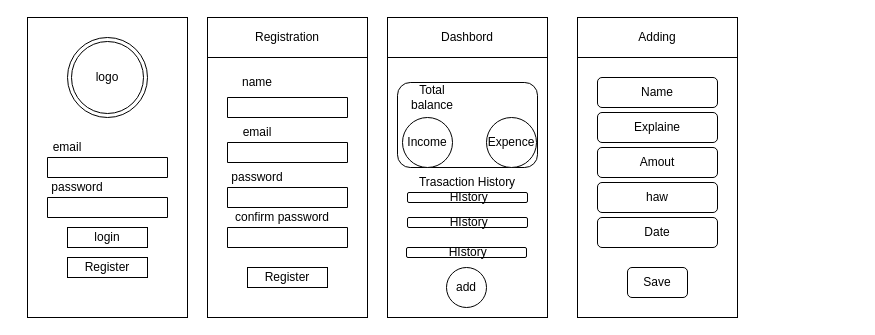
This is Untitled Diagram.drawio from XpertBotTeam/ExpenseTracking-and-Budgeting-App, a draw.io file, before an edit. Source tidied: cells renumbered, new cells numbered last; positions are measured from the earlier drawing's top-left corner, leaving out a move shared by most shapes. Both pictures are drawn from the tidied source at 100%, with x=0, y=0 at pixel (27, 17).
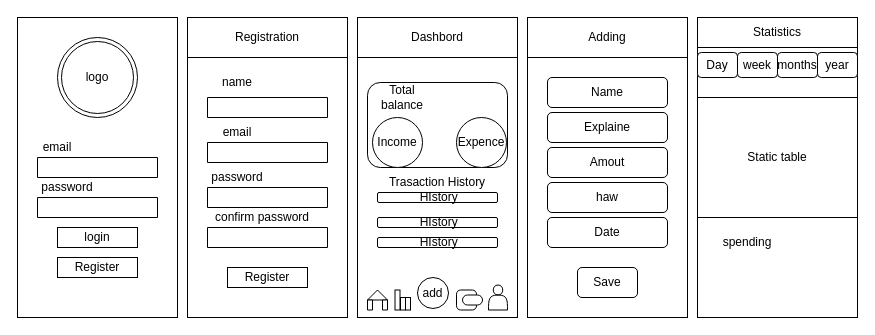
After the change.

Change to the diagram source:
```diff
@@
     <mxCell id="2" style="rounded=0;whiteSpace=wrap;html=1;" parent="1" vertex="1">
-      <mxGeometry width="160" height="300" as="geometry" />
+      <mxGeometry x="-10" width="160" height="300" as="geometry" />
     </mxCell>
     <mxCell id="3" value="logo" style="ellipse;shape=doubleEllipse;whiteSpace=wrap;html=1;" parent="1" vertex="1">
-      <mxGeometry x="40" y="20" width="80" height="80" as="geometry" />
+      <mxGeometry x="30" y="20" width="80" height="80" as="geometry" />
     </mxCell>
     <mxCell id="4" value="email" style="text;html=1;strokeColor=none;fillColor=none;align=center;verticalAlign=middle;whiteSpace=wrap;rounded=0;" parent="1" vertex="1">
-      <mxGeometry x="10" y="115" width="60" height="30" as="geometry" />
+      <mxGeometry y="115" width="60" height="30" as="geometry" />
     </mxCell>
     <mxCell id="5" style="verticalLabelPosition=bottom;verticalAlign=top;html=1;shape=mxgraph.basic.rect;fillColor2=none;strokeWidth=1;size=20;indent=5;" parent="1" vertex="1">
-      <mxGeometry x="20" y="180" width="120" height="20" as="geometry" />
+      <mxGeometry x="10" y="180" width="120" height="20" as="geometry" />
     </mxCell>
     <mxCell id="6" value="login" style="rounded=0;whiteSpace=wrap;html=1;" parent="1" vertex="1">
-      <mxGeometry x="40" y="210" width="80" height="20" as="geometry" />
+      <mxGeometry x="30" y="210" width="80" height="20" as="geometry" />
     </mxCell>
     <mxCell id="7" value="password" style="text;html=1;strokeColor=none;fillColor=none;align=center;verticalAlign=middle;whiteSpace=wrap;rounded=0;" parent="1" vertex="1">
-      <mxGeometry x="20" y="160" width="60" height="20" as="geometry" />
+      <mxGeometry x="10" y="160" width="60" height="20" as="geometry" />
     </mxCell>
     <mxCell id="8" value="Register" style="rounded=0;whiteSpace=wrap;html=1;" parent="1" vertex="1">
-      <mxGeometry x="40" y="240" width="80" height="20" as="geometry" />
+      <mxGeometry x="30" y="240" width="80" height="20" as="geometry" />
     </mxCell>
     <mxCell id="9" style="rounded=0;whiteSpace=wrap;html=1;verticalAlign=middle;align=center;gradientColor=none;fillColor=default;glass=0;" parent="1" vertex="1">
-      <mxGeometry x="180" width="160" height="300" as="geometry" />
+      <mxGeometry x="160" width="160" height="300" as="geometry" />
     </mxCell>
     <mxCell id="10" value="Registration" style="rounded=0;whiteSpace=wrap;html=1;" parent="1" vertex="1">
-      <mxGeometry x="180" width="160" height="40" as="geometry" />
+      <mxGeometry x="160" width="160" height="40" as="geometry" />
     </mxCell>
     <mxCell id="11" value="name" style="text;html=1;strokeColor=none;fillColor=none;align=center;verticalAlign=middle;whiteSpace=wrap;rounded=0;" parent="1" vertex="1">
-      <mxGeometry x="200" y="50" width="60" height="30" as="geometry" />
+      <mxGeometry x="180" y="50" width="60" height="30" as="geometry" />
     </mxCell>
     <mxCell id="12" style="verticalLabelPosition=bottom;verticalAlign=top;html=1;shape=mxgraph.basic.rect;fillColor2=none;strokeWidth=1;size=20;indent=5;" parent="1" vertex="1">
-      <mxGeometry x="20" y="140" width="120" height="20" as="geometry" />
+      <mxGeometry x="10" y="140" width="120" height="20" as="geometry" />
     </mxCell>
     <mxCell id="13" style="verticalLabelPosition=bottom;verticalAlign=top;html=1;shape=mxgraph.basic.rect;fillColor2=none;strokeWidth=1;size=20;indent=5;" parent="1" vertex="1">
-      <mxGeometry x="200" y="80" width="120" height="20" as="geometry" />
+      <mxGeometry x="180" y="80" width="120" height="20" as="geometry" />
     </mxCell>
     <mxCell id="14" value="email" style="text;html=1;strokeColor=none;fillColor=none;align=center;verticalAlign=middle;whiteSpace=wrap;rounded=0;" parent="1" vertex="1">
-      <mxGeometry x="200" y="105" width="60" height="20" as="geometry" />
+      <mxGeometry x="180" y="105" width="60" height="20" as="geometry" />
     </mxCell>
     <mxCell id="15" style="verticalLabelPosition=bottom;verticalAlign=top;html=1;shape=mxgraph.basic.rect;fillColor2=none;strokeWidth=1;size=20;indent=5;" parent="1" vertex="1">
-      <mxGeometry x="200" y="125" width="120" height="20" as="geometry" />
+      <mxGeometry x="180" y="125" width="120" height="20" as="geometry" />
     </mxCell>
     <mxCell id="16" value="password" style="text;html=1;strokeColor=none;fillColor=none;align=center;verticalAlign=middle;whiteSpace=wrap;rounded=0;" parent="1" vertex="1">
-      <mxGeometry x="200" y="150" width="60" height="20" as="geometry" />
+      <mxGeometry x="180" y="150" width="60" height="20" as="geometry" />
     </mxCell>
     <mxCell id="17" style="verticalLabelPosition=bottom;verticalAlign=top;html=1;shape=mxgraph.basic.rect;fillColor2=none;strokeWidth=1;size=20;indent=5;" parent="1" vertex="1">
-      <mxGeometry x="200" y="170" width="120" height="20" as="geometry" />
+      <mxGeometry x="180" y="170" width="120" height="20" as="geometry" />
     </mxCell>
     <mxCell id="18" value="confirm password" style="text;html=1;strokeColor=none;fillColor=none;align=center;verticalAlign=middle;whiteSpace=wrap;rounded=0;" parent="1" vertex="1">
-      <mxGeometry x="200" y="190" width="110" height="20" as="geometry" />
+      <mxGeometry x="180" y="190" width="110" height="20" as="geometry" />
     </mxCell>
     <mxCell id="19" style="verticalLabelPosition=bottom;verticalAlign=top;html=1;shape=mxgraph.basic.rect;fillColor2=none;strokeWidth=1;size=20;indent=5;" parent="1" vertex="1">
-      <mxGeometry x="200" y="210" width="120" height="20" as="geometry" />
+      <mxGeometry x="180" y="210" width="120" height="20" as="geometry" />
     </mxCell>
     <mxCell id="20" value="Register" style="rounded=0;whiteSpace=wrap;html=1;" parent="1" vertex="1">
-      <mxGeometry x="220" y="250" width="80" height="20" as="geometry" />
+      <mxGeometry x="200" y="250" width="80" height="20" as="geometry" />
     </mxCell>
     <mxCell id="21" style="rounded=0;whiteSpace=wrap;html=1;verticalAlign=middle;align=center;gradientColor=none;fillColor=default;glass=0;" parent="1" vertex="1">
-      <mxGeometry x="360" y="10" width="160" height="290" as="geometry" />
+      <mxGeometry x="330" y="20" width="160" height="280" as="geometry" />
     </mxCell>
     <mxCell id="22" value="Dashbord" style="rounded=0;whiteSpace=wrap;html=1;" parent="1" vertex="1">
-      <mxGeometry x="360" width="160" height="40" as="geometry" />
+      <mxGeometry x="330" width="160" height="40" as="geometry" />
     </mxCell>
     <mxCell id="23" style="rounded=1;whiteSpace=wrap;html=1;" parent="1" vertex="1">
-      <mxGeometry x="370" y="65" width="140" height="85" as="geometry" />
+      <mxGeometry x="340" y="65" width="140" height="85" as="geometry" />
     </mxCell>
     <mxCell id="24" value="Total balance" style="text;html=1;strokeColor=none;fillColor=none;align=center;verticalAlign=middle;whiteSpace=wrap;rounded=0;" parent="1" vertex="1">
-      <mxGeometry x="375" y="65" width="60" height="30" as="geometry" />
+      <mxGeometry x="345" y="65" width="60" height="30" as="geometry" />
     </mxCell>
     <mxCell id="25" value="Expence" style="ellipse;whiteSpace=wrap;html=1;" parent="1" vertex="1">
-      <mxGeometry x="459" y="100" width="50" height="50" as="geometry" />
+      <mxGeometry x="429" y="100" width="50" height="50" as="geometry" />
     </mxCell>
     <mxCell id="26" value="Income" style="ellipse;whiteSpace=wrap;html=1;" parent="1" vertex="1">
-      <mxGeometry x="375" y="100" width="50" height="50" as="geometry" />
+      <mxGeometry x="345" y="100" width="50" height="50" as="geometry" />
     </mxCell>
     <mxCell id="27" value="add" style="ellipse;whiteSpace=wrap;html=1;" parent="1" vertex="1">
-      <mxGeometry x="419" y="250" width="40" height="40" as="geometry" />
+      <mxGeometry x="390" y="260" width="31" height="31" as="geometry" />
     </mxCell>
     <mxCell id="28" style="rounded=0;whiteSpace=wrap;html=1;" parent="1" vertex="1">
-      <mxGeometry x="550" width="160" height="300" as="geometry" />
+      <mxGeometry x="500" width="160" height="300" as="geometry" />
     </mxCell>
     <mxCell id="29" value="Adding" style="rounded=0;whiteSpace=wrap;html=1;" parent="1" vertex="1">
-      <mxGeometry x="550" width="160" height="40" as="geometry" />
+      <mxGeometry x="500" width="160" height="40" as="geometry" />
     </mxCell>
     <mxCell id="30" value="Name" style="rounded=1;whiteSpace=wrap;html=1;" parent="1" vertex="1">
-      <mxGeometry x="570" y="60" width="120" height="30" as="geometry" />
+      <mxGeometry x="520" y="60" width="120" height="30" as="geometry" />
     </mxCell>
     <mxCell id="31" value="Explaine" style="rounded=1;whiteSpace=wrap;html=1;" parent="1" vertex="1">
-      <mxGeometry x="570" y="95" width="120" height="30" as="geometry" />
+      <mxGeometry x="520" y="95" width="120" height="30" as="geometry" />
     </mxCell>
     <mxCell id="32" value="Amout" style="rounded=1;whiteSpace=wrap;html=1;" parent="1" vertex="1">
-      <mxGeometry x="570" y="130" width="120" height="30" as="geometry" />
+      <mxGeometry x="520" y="130" width="120" height="30" as="geometry" />
     </mxCell>
     <mxCell id="33" value="haw" style="rounded=1;whiteSpace=wrap;html=1;" parent="1" vertex="1">
-      <mxGeometry x="570" y="165" width="120" height="30" as="geometry" />
+      <mxGeometry x="520" y="165" width="120" height="30" as="geometry" />
     </mxCell>
     <mxCell id="34" value="Trasaction History" style="text;html=1;strokeColor=none;fillColor=none;align=center;verticalAlign=middle;whiteSpace=wrap;rounded=0;" parent="1" vertex="1">
-      <mxGeometry x="370" y="150" width="140" height="30" as="geometry" />
+      <mxGeometry x="340" y="150" width="140" height="30" as="geometry" />
     </mxCell>
     <mxCell id="35" value="&amp;nbsp;HIstory" style="rounded=1;whiteSpace=wrap;html=1;" parent="1" vertex="1">
-      <mxGeometry x="380" y="175" width="120" height="10" as="geometry" />
+      <mxGeometry x="350" y="175" width="120" height="10" as="geometry" />
     </mxCell>
     <mxCell id="36" value="&amp;nbsp;HIstory" style="rounded=1;whiteSpace=wrap;html=1;" parent="1" vertex="1">
-      <mxGeometry x="380" y="200" width="120" height="10" as="geometry" />
+      <mxGeometry x="350" y="200" width="120" height="10" as="geometry" />
     </mxCell>
     <mxCell id="37" value="&amp;nbsp;HIstory" style="rounded=1;whiteSpace=wrap;html=1;" parent="1" vertex="1">
-      <mxGeometry x="379" y="230" width="120" height="10" as="geometry" />
+      <mxGeometry x="350" y="220" width="120" height="10" as="geometry" />
     </mxCell>
     <mxCell id="38" value="Date" style="rounded=1;whiteSpace=wrap;html=1;" parent="1" vertex="1">
-      <mxGeometry x="570" y="200" width="120" height="30" as="geometry" />
+      <mxGeometry x="520" y="200" width="120" height="30" as="geometry" />
     </mxCell>
     <mxCell id="39" value="Save" style="rounded=1;whiteSpace=wrap;html=1;" parent="1" vertex="1">
-      <mxGeometry x="600" y="250" width="60" height="30" as="geometry" />
+      <mxGeometry x="550" y="250" width="60" height="30" as="geometry" />
     </mxCell>
+    <mxCell id="40" style="shape=actor;whiteSpace=wrap;html=1;" parent="1" vertex="1">
+      <mxGeometry x="461" y="267.5" width="19" height="25" as="geometry" />
+    </mxCell>
+    <mxCell id="41" style="rounded=1;whiteSpace=wrap;html=1;arcSize=21;" parent="1" vertex="1">
+      <mxGeometry x="429" y="272.5" width="20" height="20" as="geometry" />
+    </mxCell>
+    <mxCell id="42" style="rounded=1;whiteSpace=wrap;html=1;arcSize=50;" parent="1" vertex="1">
+      <mxGeometry x="435" y="277.5" width="20" height="10" as="geometry" />
+    </mxCell>
+    <mxCell id="43" style="triangle;whiteSpace=wrap;html=1;direction=north;" parent="1" vertex="1">
+      <mxGeometry x="340" y="272.5" width="20" height="10" as="geometry" />
+    </mxCell>
+    <mxCell id="44" style="verticalLabelPosition=bottom;verticalAlign=top;html=1;shape=mxgraph.basic.rect;fillColor2=none;strokeWidth=1;size=20;indent=5;direction=south;" parent="1" vertex="1">
+      <mxGeometry x="340" y="282.5" width="5" height="10" as="geometry" />
+    </mxCell>
+    <mxCell id="45" style="verticalLabelPosition=bottom;verticalAlign=top;html=1;shape=mxgraph.basic.rect;fillColor2=none;strokeWidth=1;size=20;indent=0;direction=south;" parent="1" vertex="1">
+      <mxGeometry x="355" y="282.5" width="5" height="10" as="geometry" />
+    </mxCell>
+    <mxCell id="46" style="rounded=0;whiteSpace=wrap;html=1;" parent="1" vertex="1">
+      <mxGeometry x="367.5" y="272.5" width="5" height="20" as="geometry" />
+    </mxCell>
+    <mxCell id="47" style="rounded=0;whiteSpace=wrap;html=1;" parent="1" vertex="1">
+      <mxGeometry x="378" y="280" width="5" height="12.5" as="geometry" />
+    </mxCell>
+    <mxCell id="48" style="rounded=0;whiteSpace=wrap;html=1;" parent="1" vertex="1">
+      <mxGeometry x="373" y="280" width="5" height="12.5" as="geometry" />
+    </mxCell>
+    <mxCell id="49" style="rounded=0;whiteSpace=wrap;html=1;" parent="1" vertex="1">
+      <mxGeometry x="670" width="160" height="300" as="geometry" />
+    </mxCell>
+    <mxCell id="50" value="Statistics" style="rounded=0;whiteSpace=wrap;html=1;" parent="1" vertex="1">
+      <mxGeometry x="670" width="160" height="30" as="geometry" />
+    </mxCell>
+    <mxCell id="51" value="Day" style="rounded=1;whiteSpace=wrap;html=1;" parent="1" vertex="1">
+      <mxGeometry x="670" y="35" width="40" height="25" as="geometry" />
+    </mxCell>
+    <mxCell id="52" value="week" style="rounded=1;whiteSpace=wrap;html=1;" parent="1" vertex="1">
+      <mxGeometry x="710" y="35" width="40" height="25" as="geometry" />
+    </mxCell>
+    <mxCell id="53" value="year" style="rounded=1;whiteSpace=wrap;html=1;" parent="1" vertex="1">
+      <mxGeometry x="790" y="35" width="40" height="25" as="geometry" />
+    </mxCell>
+    <mxCell id="54" value="months" style="rounded=1;whiteSpace=wrap;html=1;" parent="1" vertex="1">
+      <mxGeometry x="750" y="35" width="40" height="25" as="geometry" />
+    </mxCell>
+    <mxCell id="55" value="Static table" style="rounded=0;whiteSpace=wrap;html=1;" parent="1" vertex="1">
+      <mxGeometry x="670" y="80" width="160" height="120" as="geometry" />
+    </mxCell>
+    <mxCell id="56" value="spending" style="text;html=1;strokeColor=none;fillColor=none;align=center;verticalAlign=middle;whiteSpace=wrap;rounded=0;" parent="1" vertex="1">
+      <mxGeometry x="690" y="210" width="60" height="30" as="geometry" />
+    </mxCell>
```
